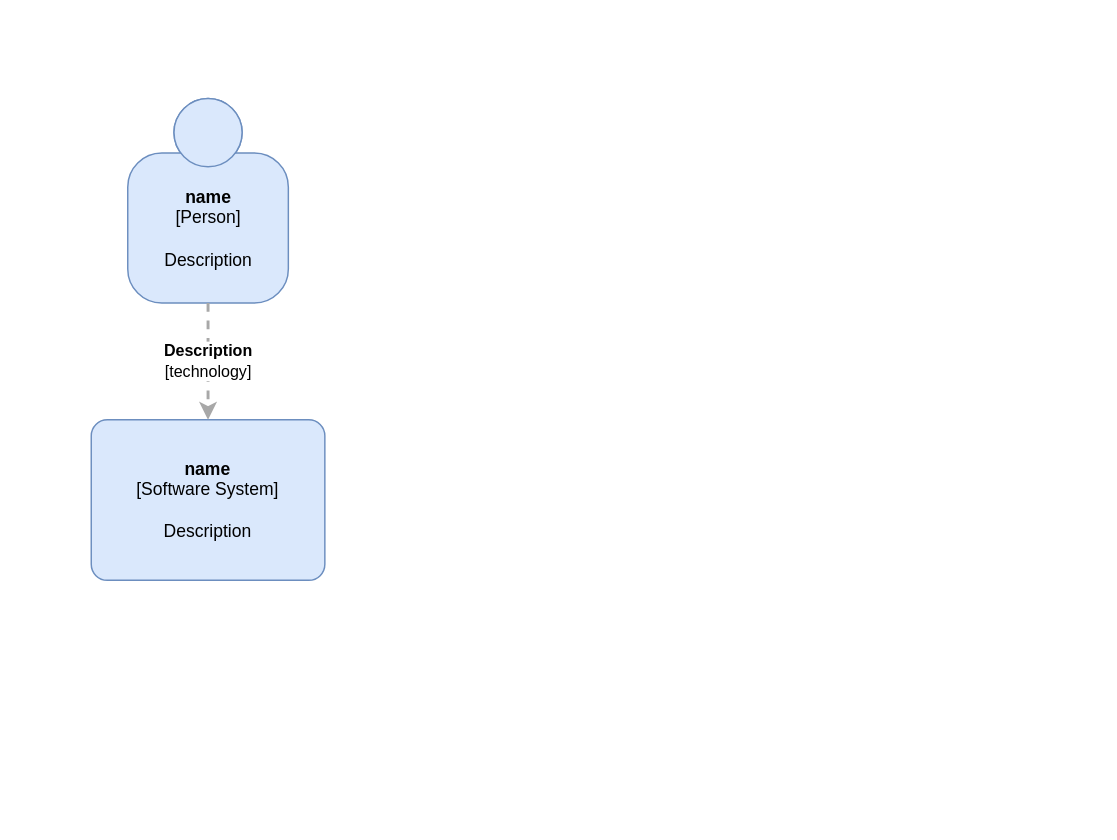
Above: Untitled Diagram.drawio in andreea-anastasescu/school-of-architecture (draw.io), before the change. Source tidied: cells renumbered, new cells numbered last; positions are measured from the earlier drawing's top-left corner, leaving out a move shared by most shapes. Both pictures are drawn from the tidied source at 146%, with x=0, y=0 at pixel (91, 98).
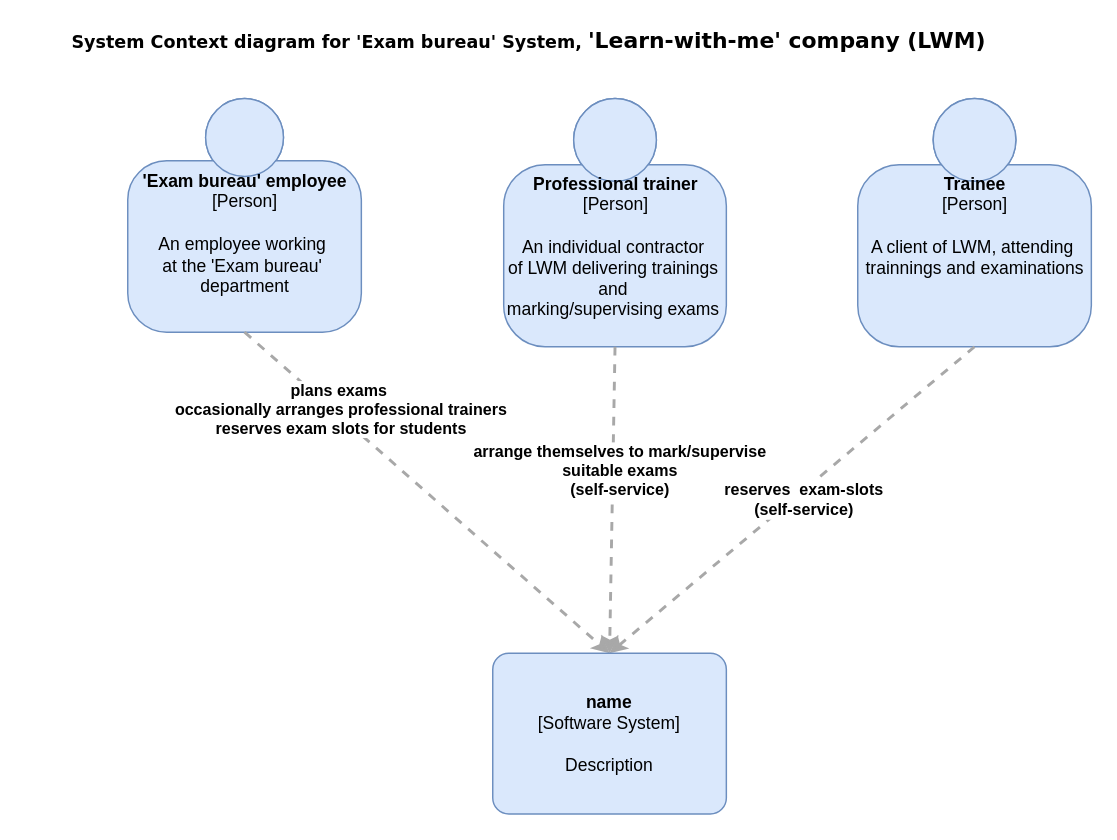
Above is the later version.

The edit, as a diff of the source:
```diff
@@
 <mxGraphModel>
   <root>
     <mxCell id="0" />
     <mxCell id="1" parent="0" />
-    <mxCell id="2" value="&lt;b&gt;name&lt;/b&gt;&lt;div&gt;[Person]&lt;/div&gt;&lt;br&gt;&lt;div&gt;Description&lt;/div&gt;" style="html=1;dashed=0;whitespace=wrap;fillColor=#DAE8FC;strokeColor=#6C8EBF;shape=mxgraph.c4.person;align=center;points=[[0.5,0,0],[1,0.5,0],[1,0.75,0],[0.75,1,0],[0.5,1,0],[0.25,1,0],[0,0.75,0],[0,0.5,0]];" parent="1" vertex="1">
-      <mxGeometry x="25" width="110" height="140" as="geometry" />
+    <mxCell id="2" value="&lt;b&gt;'Exam bureau' employee&lt;/b&gt;&lt;div&gt;[Person]&lt;/div&gt;&lt;br&gt;&lt;div&gt;An employee working&amp;nbsp;&lt;/div&gt;&lt;div&gt;at the 'Exam bureau'&amp;nbsp;&lt;/div&gt;&lt;div&gt;department&lt;/div&gt;" style="html=1;dashed=0;whitespace=wrap;fillColor=#DAE8FC;strokeColor=#6C8EBF;shape=mxgraph.c4.person;align=center;points=[[0.5,0,0],[1,0.5,0],[1,0.75,0],[0.75,1,0],[0.5,1,0],[0.25,1,0],[0,0.75,0],[0,0.5,0]];verticalAlign=top;" parent="1" vertex="1">
+      <mxGeometry x="25" width="160" height="160" as="geometry" />
     </mxCell>
+    <mxCell id="4" value="&lt;div style=&quot;text-align: left&quot;&gt;&lt;div style=&quot;text-align: center&quot;&gt;&lt;b&gt;plans exams&amp;nbsp;&lt;/b&gt;&lt;/div&gt;&lt;div style=&quot;text-align: center&quot;&gt;&lt;b&gt;occasionally arranges professional trainers&lt;/b&gt;&lt;/div&gt;&lt;div style=&quot;text-align: center&quot;&gt;&lt;b&gt;reserves exam slots for students&lt;/b&gt;&lt;/div&gt;&lt;/div&gt;" style="edgeStyle=none;rounded=0;html=1;jettySize=auto;strokeColor=#A8A8A8;strokeWidth=2;fontColor=#000000;jumpStyle=none;dashed=1;exitX=0.5;exitY=1;exitDx=0;exitDy=0;exitPerimeter=0;entryX=0.5;entryY=0;entryDx=0;entryDy=0;entryPerimeter=0;" parent="1" edge="1" source="2" target="3">
+      <mxGeometry x="-0.49" y="4" relative="1" as="geometry" />
+    </mxCell>
+    <mxCell id="5" value="&lt;b&gt;System Context diagram for 'Exam bureau' System, &lt;font style=&quot;font-size: 15px&quot;&gt;'Learn-with-me' company (LWM)&lt;/font&gt;&lt;/b&gt;" style="text;html=1;strokeColor=none;fillColor=none;align=center;verticalAlign=middle;whiteSpace=wrap;rounded=0;fontFamily=Verdana;" parent="1" vertex="1">
+      <mxGeometry x="-45" y="-50" width="690" height="20" as="geometry" />
+    </mxCell>
+    <mxCell id="6" value="&lt;b&gt;Professional trainer&lt;/b&gt;&lt;br&gt;&lt;div&gt;[Person]&lt;/div&gt;&lt;br&gt;&lt;div&gt;An individual contractor&amp;nbsp;&lt;/div&gt;&lt;div&gt;of LWM delivering trainings&amp;nbsp;&lt;/div&gt;&lt;div&gt;and&amp;nbsp;&lt;/div&gt;&lt;div&gt;marking/supervising exams&amp;nbsp;&lt;br&gt;&lt;/div&gt;&lt;div&gt;&lt;br&gt;&lt;/div&gt;" style="html=1;dashed=0;whitespace=wrap;fillColor=#DAE8FC;strokeColor=#6C8EBF;shape=mxgraph.c4.person;align=center;points=[[0.5,0,0],[1,0.5,0],[1,0.75,0],[0.75,1,0],[0.5,1,0],[0.25,1,0],[0,0.75,0],[0,0.5,0]];verticalAlign=top;" parent="1" vertex="1">
+      <mxGeometry x="282.5" width="152.5" height="170" as="geometry" />
+    </mxCell>
+    <mxCell id="7" value="&lt;div&gt;&lt;b&gt;Trainee&lt;/b&gt;&lt;/div&gt;&lt;div&gt;[Person]&lt;/div&gt;&lt;div&gt;&lt;br&gt;&lt;/div&gt;&lt;div&gt;A client of LWM, attending&amp;nbsp;&lt;/div&gt;&lt;div&gt;trainnings and examinations&lt;/div&gt;" style="html=1;dashed=0;whitespace=wrap;fillColor=#DAE8FC;strokeColor=#6C8EBF;shape=mxgraph.c4.person;align=center;points=[[0.5,0,0],[1,0.5,0],[1,0.75,0],[0.75,1,0],[0.5,1,0],[0.25,1,0],[0,0.75,0],[0,0.5,0]];verticalAlign=top;" parent="1" vertex="1">
+      <mxGeometry x="525" width="160" height="170" as="geometry" />
+    </mxCell>
+    <mxCell id="8" value="&lt;div style=&quot;text-align: left&quot;&gt;&lt;div style=&quot;text-align: center&quot;&gt;&lt;b&gt;arrange themselves to mark/supervise&lt;/b&gt;&lt;/div&gt;&lt;div style=&quot;text-align: center&quot;&gt;&lt;b&gt;suitable exams&lt;/b&gt;&lt;/div&gt;&lt;div style=&quot;text-align: center&quot;&gt;&lt;b&gt;(self-service)&lt;/b&gt;&lt;/div&gt;&lt;/div&gt;" style="edgeStyle=none;rounded=0;html=1;jettySize=auto;strokeColor=#A8A8A8;strokeWidth=2;fontColor=#000000;jumpStyle=none;dashed=1;exitX=0.5;exitY=1;exitDx=0;exitDy=0;exitPerimeter=0;entryX=0.5;entryY=0;entryDx=0;entryDy=0;entryPerimeter=0;" parent="1" edge="1" source="6" target="3">
+      <mxGeometry x="-0.19" y="5" relative="1" as="geometry" />
+    </mxCell>
+    <mxCell id="9" value="&lt;div style=&quot;text-align: left&quot;&gt;&lt;div style=&quot;text-align: center&quot;&gt;&lt;b&gt;reserves&amp;nbsp; exam-slots&lt;/b&gt;&lt;/div&gt;&lt;div style=&quot;text-align: center&quot;&gt;&lt;b&gt;(self-service)&lt;/b&gt;&lt;/div&gt;&lt;/div&gt;" style="edgeStyle=none;rounded=0;html=1;jettySize=auto;strokeColor=#A8A8A8;strokeWidth=2;fontColor=#000000;jumpStyle=none;dashed=1;exitX=0.5;exitY=1;exitDx=0;exitDy=0;exitPerimeter=0;entryX=0.5;entryY=0;entryDx=0;entryDy=0;entryPerimeter=0;" parent="1" edge="1" source="7" target="3">
+      <mxGeometry x="-0.03" y="5" relative="1" as="geometry">
+        <mxPoint x="1" as="offset" />
+      </mxGeometry>
+    </mxCell>
     <mxCell id="3" value="&lt;b&gt;name&lt;/b&gt;&lt;div&gt;[Software System]&lt;/div&gt;&lt;br&gt;&lt;div&gt;Description&lt;/div&gt;" style="rounded=1;whiteSpace=wrap;html=1;labelBackgroundColor=none;fillColor=#dae8fc;fontColor=#000000;align=center;arcSize=10;strokeColor=#6c8ebf;points=[[0.25,0,0],[0.5,0,0],[0.75,0,0],[1,0.25,0],[1,0.5,0],[1,0.75,0],[0.75,1,0],[0.5,1,0],[0.25,1,0],[0,0.75,0],[0,0.5,0],[0,0.25,0]];" parent="1" vertex="1">
-      <mxGeometry y="220" width="160" height="110" as="geometry" />
+      <mxGeometry x="275" y="380" width="160" height="110" as="geometry" />
     </mxCell>
-    <mxCell id="4" value="&lt;div style=&quot;text-align: left&quot;&gt;&lt;div style=&quot;text-align: center&quot;&gt;&lt;b&gt;Description&lt;/b&gt;&lt;/div&gt;&lt;div style=&quot;text-align: center&quot;&gt;[technology]&lt;/div&gt;&lt;/div&gt;" style="edgeStyle=none;rounded=0;html=1;entryX=0.5;entryY=0;jettySize=auto;strokeColor=#A8A8A8;strokeWidth=2;fontColor=#000000;jumpStyle=none;dashed=1;entryDx=0;entryDy=0;entryPerimeter=0;exitX=0.5;exitY=1;exitDx=0;exitDy=0;exitPerimeter=0;" parent="1" edge="1" source="2" target="3">
-      <mxGeometry relative="1" as="geometry" />
-    </mxCell>
   </root>
 </mxGraphModel>
```
